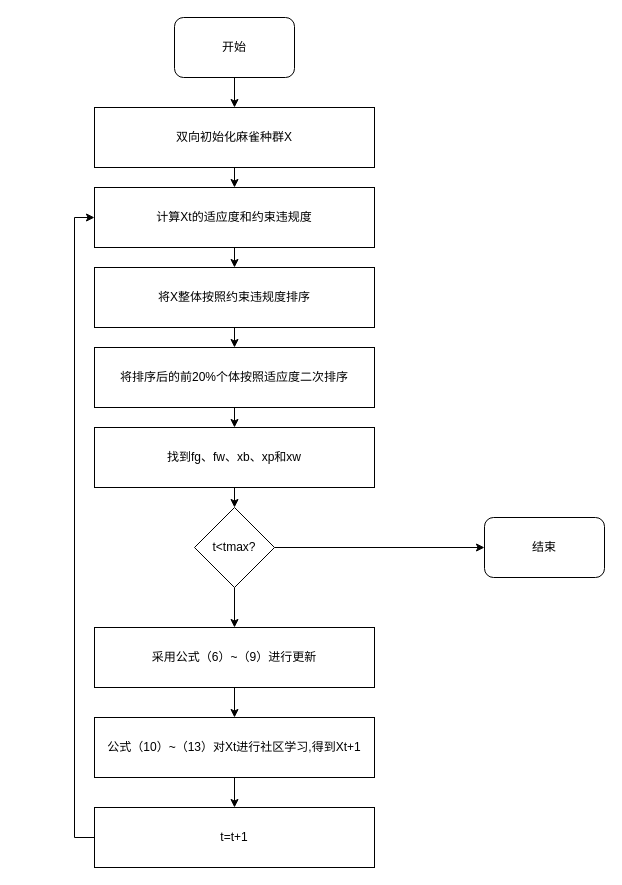
The draw.io diagram 未命名绘图.drawio in BOGOOJ/multip, before the edit. Source tidied: cells renumbered, new cells numbered last; positions are measured from the earlier drawing's top-left corner, leaving out a move shared by most shapes. Both pictures are drawn from the tidied source at 100%, with x=0, y=0 at pixel (94, 17).
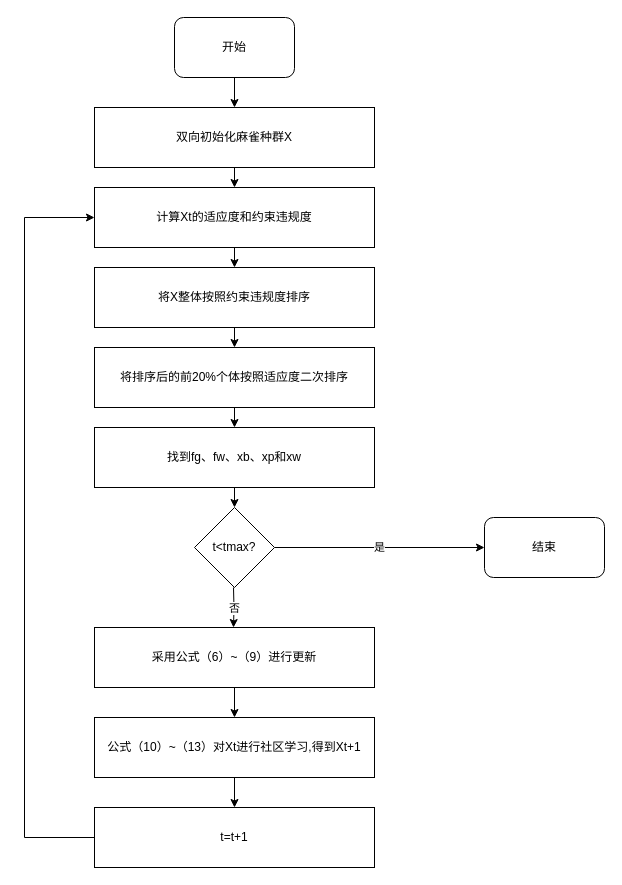
Above is the later version.

Commit message:
更新未命名绘图.drawio

The change refers to these unchanged cells:
```xml
<mxCell id="7" value="计算Xt的适应度和约束违规度" style="rounded=0;whiteSpace=wrap;html=1;" parent="1" vertex="1">
  <mxGeometry y="170" width="280" height="60" as="geometry" />
</mxCell>
<mxCell id="16" value="t&amp;lt;tmax?" style="rhombus;whiteSpace=wrap;html=1;" parent="1" vertex="1">
  <mxGeometry x="100" y="490" width="80" height="80" as="geometry" />
</mxCell>
<mxCell id="18" value="采用公式（6）~（9）进行更新" style="rounded=0;whiteSpace=wrap;html=1;" parent="1" vertex="1">
  <mxGeometry y="610" width="280" height="60" as="geometry" />
</mxCell>
<mxCell id="22" value="t=t+1" style="rounded=0;whiteSpace=wrap;html=1;" parent="1" vertex="1">
  <mxGeometry y="790" width="280" height="60" as="geometry" />
</mxCell>
```

The edit, as a diff of the source:
```diff
@@
-    <mxCell id="14" style="edgeStyle=orthogonalEdgeStyle;rounded=0;jettySize=auto;html=1;exitX=0.5;exitY=1;exitDx=0;exitDy=0;entryX=0.5;entryY=0;entryDx=0;entryDy=0;" parent="1" edge="1" source="16" target="18">
-      <mxGeometry relative="1" as="geometry" />
+    <mxCell id="14" value="否" style="edgeStyle=orthogonalEdgeStyle;rounded=0;orthogonalLoop=1;jettySize=auto;html=1;exitX=0.5;exitY=1;exitDx=0;exitDy=0;entryX=0.5;entryY=0;entryDx=0;entryDy=0;" parent="1" edge="1">
+      <mxGeometry relative="1" as="geometry">
+        <mxPoint x="139" y="570" as="sourcePoint" />
+        <mxPoint x="139" y="610" as="targetPoint" />
+      </mxGeometry>
     </mxCell>
-    <mxCell id="15" style="edgeStyle=orthogonalEdgeStyle;rounded=0;jettySize=auto;html=1;exitX=1;exitY=0.5;exitDx=0;exitDy=0;" parent="1" edge="1" source="16" target="23">
+    <mxCell id="15" value="是" style="edgeStyle=orthogonalEdgeStyle;rounded=0;jettySize=auto;html=1;exitX=1;exitY=0.5;exitDx=0;exitDy=0;" parent="1" edge="1" source="16" target="23">
       <mxGeometry relative="1" as="geometry" />
     </mxCell>
@@
     <mxCell id="21" style="edgeStyle=orthogonalEdgeStyle;rounded=0;jettySize=auto;html=1;exitX=0;exitY=0.5;exitDx=0;exitDy=0;entryX=0;entryY=0.5;entryDx=0;entryDy=0;" parent="1" edge="1" source="22" target="7">
-      <mxGeometry relative="1" as="geometry" />
+      <mxGeometry relative="1" as="geometry">
+        <Array as="points">
+          <mxPoint x="-70" y="820" />
+          <mxPoint x="-70" y="200" />
+        </Array>
+      </mxGeometry>
     </mxCell>
@@
-    <mxCell id="23" value="结束" style="rounded=1;whiteSpace=wrap;html=1;" parent="1" vertex="1">
+    <mxCell id="23" value="结束" style="rounded=1;whiteSpace=wrap;html=1;align=center;" parent="1" vertex="1">
       <mxGeometry x="390" y="500" width="120" height="60" as="geometry" />
     </mxCell>
```
